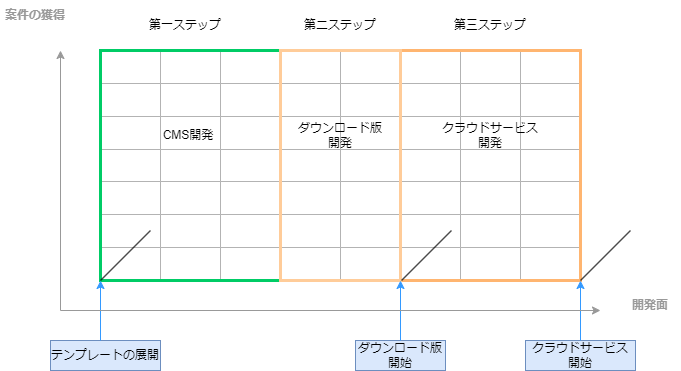
Before: 収益化.drawio.png, a diagram exported from draw.io (buyodo/webgis-doc). Source tidied: cells renumbered, new cells last; positions are measured from the earlier drawing's top-left corner, leaving out a move shared by most shapes.
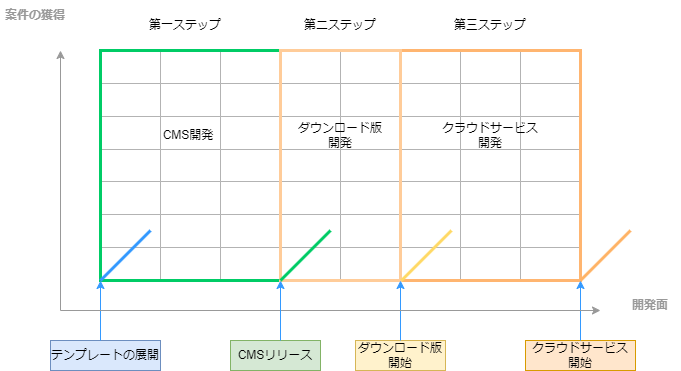
Above is the later version.

Commit message:
収益化.drawio.png を更新します

The edit, as a diff of the source:
```diff
@@ -206,7 +206,7 @@
     <mxCell id="69" value="開発面" style="text;html=1;strokeColor=none;fillColor=none;align=center;verticalAlign=middle;whiteSpace=wrap;rounded=0;fontStyle=1;fontColor=#999999;" parent="1" vertex="1">
       <mxGeometry x="620" y="290" width="60" height="30" as="geometry" />
     </mxCell>
-    <mxCell id="70" value="ダウンロード版開始" style="text;html=1;strokeColor=#6c8ebf;fillColor=#dae8fc;align=center;verticalAlign=middle;whiteSpace=wrap;rounded=0;" parent="1" vertex="1">
+    <mxCell id="70" value="ダウンロード版開始" style="text;html=1;strokeColor=#d6b656;fillColor=#fff2cc;align=center;verticalAlign=middle;whiteSpace=wrap;rounded=0;" parent="1" vertex="1">
       <mxGeometry x="355" y="340" width="90" height="30" as="geometry" />
     </mxCell>
     <mxCell id="71" style="rounded=0;whiteSpace=wrap;html=1;strokeColor=#00CC66;fillColor=none;strokeWidth=3;" parent="1" vertex="1">
@@ -215,7 +215,7 @@
     <mxCell id="72" value="CMS開発" style="text;html=1;strokeColor=none;fillColor=none;align=center;verticalAlign=middle;whiteSpace=wrap;rounded=0;" parent="1" vertex="1">
       <mxGeometry x="143" y="120" width="90" height="30" as="geometry" />
     </mxCell>
-    <mxCell id="73" value="クラウドサービス&lt;br&gt;開始" style="text;html=1;strokeColor=#6c8ebf;fillColor=#dae8fc;align=center;verticalAlign=middle;whiteSpace=wrap;rounded=0;" parent="1" vertex="1">
+    <mxCell id="73" value="クラウドサービス&lt;br&gt;開始" style="text;html=1;strokeColor=#d79b00;fillColor=#ffe6cc;align=center;verticalAlign=middle;whiteSpace=wrap;rounded=0;" parent="1" vertex="1">
       <mxGeometry x="525" y="340" width="110" height="30" as="geometry" />
     </mxCell>
     <mxCell id="74" style="rounded=0;whiteSpace=wrap;html=1;strokeColor=#FFB570;fillColor=none;strokeWidth=3;" parent="1" vertex="1">
@@ -224,19 +224,19 @@
     <mxCell id="75" style="rounded=0;whiteSpace=wrap;html=1;strokeColor=#FFCC99;fillColor=none;strokeWidth=3;" parent="1" vertex="1">
       <mxGeometry x="280" y="50" width="120" height="230" as="geometry" />
     </mxCell>
-    <mxCell id="76" style="endArrow=none;html=1;rounded=0;" parent="1" edge="1">
+    <mxCell id="76" style="endArrow=none;html=1;rounded=0;strokeColor=#3399FF;strokeWidth=3;" parent="1" edge="1">
       <mxGeometry relative="1" as="geometry">
         <mxPoint x="100" y="280" as="sourcePoint" />
         <mxPoint x="150" y="230" as="targetPoint" />
       </mxGeometry>
     </mxCell>
-    <mxCell id="77" style="endArrow=none;html=1;rounded=0;" parent="1" edge="1">
+    <mxCell id="77" style="endArrow=none;html=1;rounded=0;strokeColor=#FFD966;strokeWidth=3;" parent="1" edge="1">
       <mxGeometry relative="1" as="geometry">
         <mxPoint x="401" y="280" as="sourcePoint" />
         <mxPoint x="451" y="230" as="targetPoint" />
       </mxGeometry>
     </mxCell>
-    <mxCell id="78" style="endArrow=none;html=1;rounded=0;" parent="1" edge="1">
+    <mxCell id="78" style="endArrow=none;html=1;rounded=0;strokeColor=#FFB366;strokeWidth=3;" parent="1" edge="1">
       <mxGeometry relative="1" as="geometry">
         <mxPoint x="580" y="280" as="sourcePoint" />
         <mxPoint x="630" y="230" as="targetPoint" />
@@ -283,5 +283,20 @@
         <mxPoint x="60" y="50" as="targetPoint" />
       </mxGeometry>
     </mxCell>
+    <mxCell id="88" style="endArrow=none;html=1;rounded=0;fillColor=#d5e8d4;strokeColor=#00CC66;strokeWidth=3;" parent="1" edge="1">
+      <mxGeometry relative="1" as="geometry">
+        <mxPoint x="280" y="280" as="sourcePoint" />
+        <mxPoint x="330" y="230" as="targetPoint" />
+      </mxGeometry>
+    </mxCell>
+    <mxCell id="89" value="CMSリリース" style="text;html=1;strokeColor=#82b366;fillColor=#d5e8d4;align=center;verticalAlign=middle;whiteSpace=wrap;rounded=0;" parent="1" vertex="1">
+      <mxGeometry x="230" y="340" width="90" height="30" as="geometry" />
+    </mxCell>
+    <mxCell id="90" style="endArrow=classic;html=1;rounded=0;entryX=0;entryY=1;entryDx=0;entryDy=0;strokeColor=#3399FF;" parent="1" edge="1">
+      <mxGeometry relative="1" as="geometry">
+        <mxPoint x="280" y="340" as="sourcePoint" />
+        <mxPoint x="280" y="280" as="targetPoint" />
+      </mxGeometry>
+    </mxCell>
   </root>
 </mxGraphModel>
```
